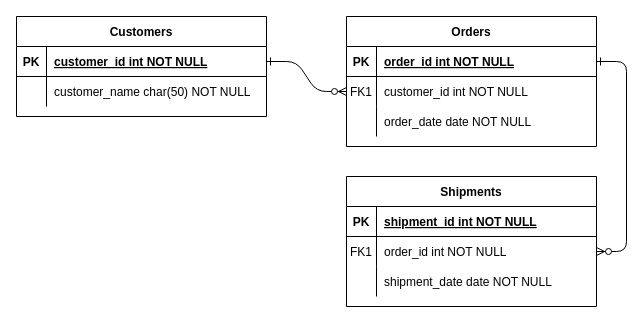
coreykerchner/CS-340_Data-Connector keeps this draw.io diagram as Data Connector.drawio. Above is the earlier version. Source tidied: cells renumbered, new cells numbered last; positions are measured from the earlier drawing's top-left corner, leaving out a move shared by most shapes. Both pictures are drawn from the tidied source at 100%, with x=0, y=0 at pixel (16, 16).
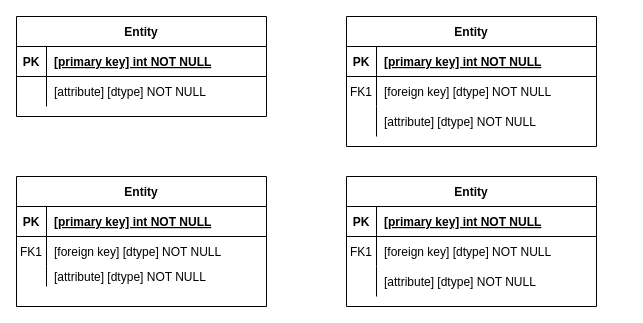
After the change.

The change refers to these unchanged cells:
```xml
<mxCell id="5" style="shape=partialRectangle;fillColor=none;points=[[0,0.5],[1,0.5]];portConstraint=eastwest;top=0;left=0;right=0;bottom=1;" parent="4" vertex="1">
  <mxGeometry y="30" width="250" height="30" as="geometry" />
</mxCell>
<mxCell id="8" style="shape=partialRectangle;fillColor=none;points=[[0,0.5],[1,0.5]];portConstraint=eastwest;top=0;left=0;right=0;bottom=0;" parent="4" vertex="1">
  <mxGeometry y="60" width="250" height="30" as="geometry" />
</mxCell>
<mxCell id="11" style="shape=partialRectangle;fillColor=none;top=0;left=0;right=0;bottom=0;" parent="4" vertex="1">
  <mxGeometry y="90" width="250" height="30" as="geometry" />
</mxCell>
<mxCell id="15" style="shape=partialRectangle;fillColor=none;top=0;left=0;right=0;bottom=1;" parent="14" vertex="1">
  <mxGeometry y="30" width="250" height="30" as="geometry" />
</mxCell>
<mxCell id="18" style="shape=partialRectangle;fillColor=none;points=[[0,0.5],[1,0.5]];portConstraint=eastwest;top=0;left=0;right=0;bottom=0;" parent="14" vertex="1">
  <mxGeometry y="60" width="250" height="30" as="geometry" />
</mxCell>
<mxCell id="21" style="shape=partialRectangle;fillColor=none;top=0;left=0;right=0;bottom=0;" parent="14" vertex="1">
  <mxGeometry y="90" width="250" height="30" as="geometry" />
</mxCell>
<mxCell id="25" style="shape=partialRectangle;fillColor=none;points=[[0,0.5],[1,0.5]];portConstraint=eastwest;top=0;left=0;right=0;bottom=1;" parent="24" vertex="1">
  <mxGeometry y="30" width="250" height="30" as="geometry" />
</mxCell>
<mxCell id="28" style="shape=partialRectangle;fillColor=none;top=0;left=0;right=0;bottom=0;" parent="24" vertex="1">
  <mxGeometry y="60" width="250" height="30" as="geometry" />
</mxCell>
```

Change to the diagram source:
```diff
@@
-    <mxCell id="2" style="edgeStyle=entityRelationEdgeStyle;endArrow=ERzeroToMany;startArrow=ERone;endFill=1;startFill=0;" parent="1" edge="1" source="25" target="8">
-      <mxGeometry relative="1" as="geometry" />
-    </mxCell>
-    <mxCell id="3" style="edgeStyle=entityRelationEdgeStyle;endArrow=ERzeroToMany;startArrow=ERone;endFill=1;startFill=0;" parent="1" edge="1" source="5" target="18">
-      <mxGeometry relative="1" as="geometry" />
-    </mxCell>
-    <mxCell id="4" value="Orders" style="shape=table;startSize=30;childLayout=tableLayout;rowLines=0;fontStyle=1;align=center;" parent="1" vertex="1">
+    <mxCell id="4" value="Entity" style="shape=table;startSize=30;childLayout=tableLayout;rowLines=0;fontStyle=1;align=center;" parent="1" vertex="1">
       <mxGeometry x="330" width="250" height="130" as="geometry" />
     </mxCell>
@@
-    <mxCell id="7" value="order_id int NOT NULL " style="shape=partialRectangle;overflow=hidden;fillColor=none;top=0;left=0;bottom=0;right=0;align=left;spacingLeft=6;fontStyle=5;" parent="5" vertex="1">
+    <mxCell id="7" value="[primary key] int NOT NULL" style="shape=partialRectangle;overflow=hidden;fillColor=none;top=0;left=0;bottom=0;right=0;align=left;spacingLeft=6;fontStyle=5;" parent="5" vertex="1">
       <mxGeometry x="30" width="220" height="30" as="geometry" />
     </mxCell>
@@
-    <mxCell id="10" value="customer_id int NOT NULL" style="shape=partialRectangle;overflow=hidden;fillColor=none;top=0;left=0;bottom=0;right=0;align=left;spacingLeft=6;" parent="8" vertex="1">
+    <mxCell id="10" value="[foreign key] [dtype] NOT NULL" style="shape=partialRectangle;overflow=hidden;fillColor=none;top=0;left=0;bottom=0;right=0;align=left;spacingLeft=6;" parent="8" vertex="1">
       <mxGeometry x="30" width="220" height="30" as="geometry" />
     </mxCell>
@@
-    <mxCell id="13" value="order_date date NOT NULL" style="shape=partialRectangle;overflow=hidden;fillColor=none;top=0;left=0;bottom=0;right=0;align=left;spacingLeft=6;" parent="11" vertex="1">
+    <mxCell id="13" value="[attribute] [dtype] NOT NULL" style="shape=partialRectangle;overflow=hidden;fillColor=none;top=0;left=0;bottom=0;right=0;align=left;spacingLeft=6;" parent="11" vertex="1">
       <mxGeometry x="30" width="220" height="30" as="geometry" />
     </mxCell>
-    <mxCell id="14" value="Shipments" style="shape=table;startSize=30;childLayout=tableLayout;rowLines=0;fontStyle=1;align=center;" parent="1" vertex="1">
+    <mxCell id="14" value="Entity" style="shape=table;startSize=30;childLayout=tableLayout;rowLines=0;fontStyle=1;align=center;" parent="1" vertex="1">
       <mxGeometry x="330" y="160" width="250" height="130" as="geometry" />
     </mxCell>
@@
-    <mxCell id="17" value="shipment_id int NOT NULL " style="shape=partialRectangle;overflow=hidden;fillColor=none;top=0;left=0;bottom=0;right=0;align=left;spacingLeft=6;fontStyle=5;" parent="15" vertex="1">
+    <mxCell id="17" value="[primary key] int NOT NULL " style="shape=partialRectangle;overflow=hidden;fillColor=none;top=0;left=0;bottom=0;right=0;align=left;spacingLeft=6;fontStyle=5;" parent="15" vertex="1">
       <mxGeometry x="30" width="220" height="30" as="geometry" />
     </mxCell>
@@
-    <mxCell id="20" value="order_id int NOT NULL" style="shape=partialRectangle;overflow=hidden;fillColor=none;top=0;left=0;bottom=0;right=0;align=left;spacingLeft=6;" parent="18" vertex="1">
+    <mxCell id="20" value="[foreign key] [dtype] NOT NULL" style="shape=partialRectangle;overflow=hidden;fillColor=none;top=0;left=0;bottom=0;right=0;align=left;spacingLeft=6;" parent="18" vertex="1">
       <mxGeometry x="30" width="220" height="30" as="geometry" />
     </mxCell>
@@
-    <mxCell id="23" value="shipment_date date NOT NULL" style="shape=partialRectangle;overflow=hidden;fillColor=none;top=0;left=0;bottom=0;right=0;align=left;spacingLeft=6;" parent="21" vertex="1">
+    <mxCell id="23" value="[attribute] [dtype] NOT NULL" style="shape=partialRectangle;overflow=hidden;fillColor=none;top=0;left=0;bottom=0;right=0;align=left;spacingLeft=6;" parent="21" vertex="1">
       <mxGeometry x="30" width="220" height="30" as="geometry" />
     </mxCell>
-    <mxCell id="24" value="Customers" style="shape=table;startSize=30;childLayout=tableLayout;rowLines=0;fontStyle=1;align=center;" parent="1" vertex="1">
+    <mxCell id="24" value="Entity" style="shape=table;startSize=30;childLayout=tableLayout;rowLines=0;fontStyle=1;align=center;" parent="1" vertex="1">
       <mxGeometry width="250" height="100" as="geometry" />
     </mxCell>
@@
-    <mxCell id="27" value="customer_id int NOT NULL " style="shape=partialRectangle;overflow=hidden;fillColor=none;top=0;left=0;bottom=0;right=0;align=left;spacingLeft=6;fontStyle=5;" parent="25" vertex="1">
+    <mxCell id="27" value="[primary key] int NOT NULL" style="shape=partialRectangle;overflow=hidden;fillColor=none;top=0;left=0;bottom=0;right=0;align=left;spacingLeft=6;fontStyle=5;" parent="25" vertex="1">
       <mxGeometry x="30" width="220" height="30" as="geometry" />
     </mxCell>
@@
-    <mxCell id="30" value="customer_name char(50) NOT NULL" style="shape=partialRectangle;overflow=hidden;fillColor=none;top=0;left=0;bottom=0;right=0;align=left;spacingLeft=6;" parent="28" vertex="1">
+    <mxCell id="30" value="[attribute] [dtype] NOT NULL" style="shape=partialRectangle;overflow=hidden;fillColor=none;top=0;left=0;bottom=0;right=0;align=left;spacingLeft=6;" parent="28" vertex="1">
       <mxGeometry x="30" width="220" height="30" as="geometry" />
     </mxCell>
+    <mxCell id="31" value="Entity" style="shape=table;startSize=30;childLayout=tableLayout;rowLines=0;fontStyle=1;align=center;" parent="1" vertex="1">
+      <mxGeometry y="160" width="250" height="130" as="geometry" />
+    </mxCell>
+    <mxCell id="32" style="shape=partialRectangle;fillColor=none;top=0;left=0;right=0;bottom=1;" parent="31" vertex="1">
+      <mxGeometry y="30" width="250" height="30" as="geometry" />
+    </mxCell>
+    <mxCell id="33" value="PK" style="shape=partialRectangle;overflow=hidden;fillColor=none;top=0;left=0;bottom=0;right=0;fontStyle=1;" parent="32" vertex="1">
+      <mxGeometry width="30" height="30" as="geometry" />
+    </mxCell>
+    <mxCell id="34" value="[primary key] int NOT NULL " style="shape=partialRectangle;overflow=hidden;fillColor=none;top=0;left=0;bottom=0;right=0;align=left;spacingLeft=6;fontStyle=5;" parent="32" vertex="1">
+      <mxGeometry x="30" width="220" height="30" as="geometry" />
+    </mxCell>
+    <mxCell id="35" style="shape=partialRectangle;fillColor=none;top=0;left=0;right=0;bottom=0;" parent="31" vertex="1">
+      <mxGeometry y="60" width="250" height="30" as="geometry" />
+    </mxCell>
+    <mxCell id="36" value="FK1" style="shape=partialRectangle;overflow=hidden;fillColor=none;top=0;left=0;bottom=0;right=0;" parent="35" vertex="1">
+      <mxGeometry width="30" height="30" as="geometry" />
+    </mxCell>
+    <mxCell id="37" value="[foreign key] [dtype] NOT NULL" style="shape=partialRectangle;overflow=hidden;fillColor=none;top=0;left=0;bottom=0;right=0;align=left;spacingLeft=6;" parent="35" vertex="1">
+      <mxGeometry x="30" width="220" height="30" as="geometry" />
+    </mxCell>
+    <mxCell id="38" style="shape=partialRectangle;fillColor=none;top=0;left=0;right=0;bottom=0;" parent="31" vertex="1">
+      <mxGeometry y="90" width="250" height="20" as="geometry" />
+    </mxCell>
+    <mxCell id="39" style="shape=partialRectangle;overflow=hidden;fillColor=none;top=0;left=0;bottom=0;right=0;" parent="38" vertex="1">
+      <mxGeometry width="30" height="20" as="geometry" />
+    </mxCell>
+    <mxCell id="40" value="[attribute] [dtype] NOT NULL" style="shape=partialRectangle;overflow=hidden;fillColor=none;top=0;left=0;bottom=0;right=0;align=left;spacingLeft=6;" parent="38" vertex="1">
+      <mxGeometry x="30" width="220" height="20" as="geometry" />
+    </mxCell>
```
